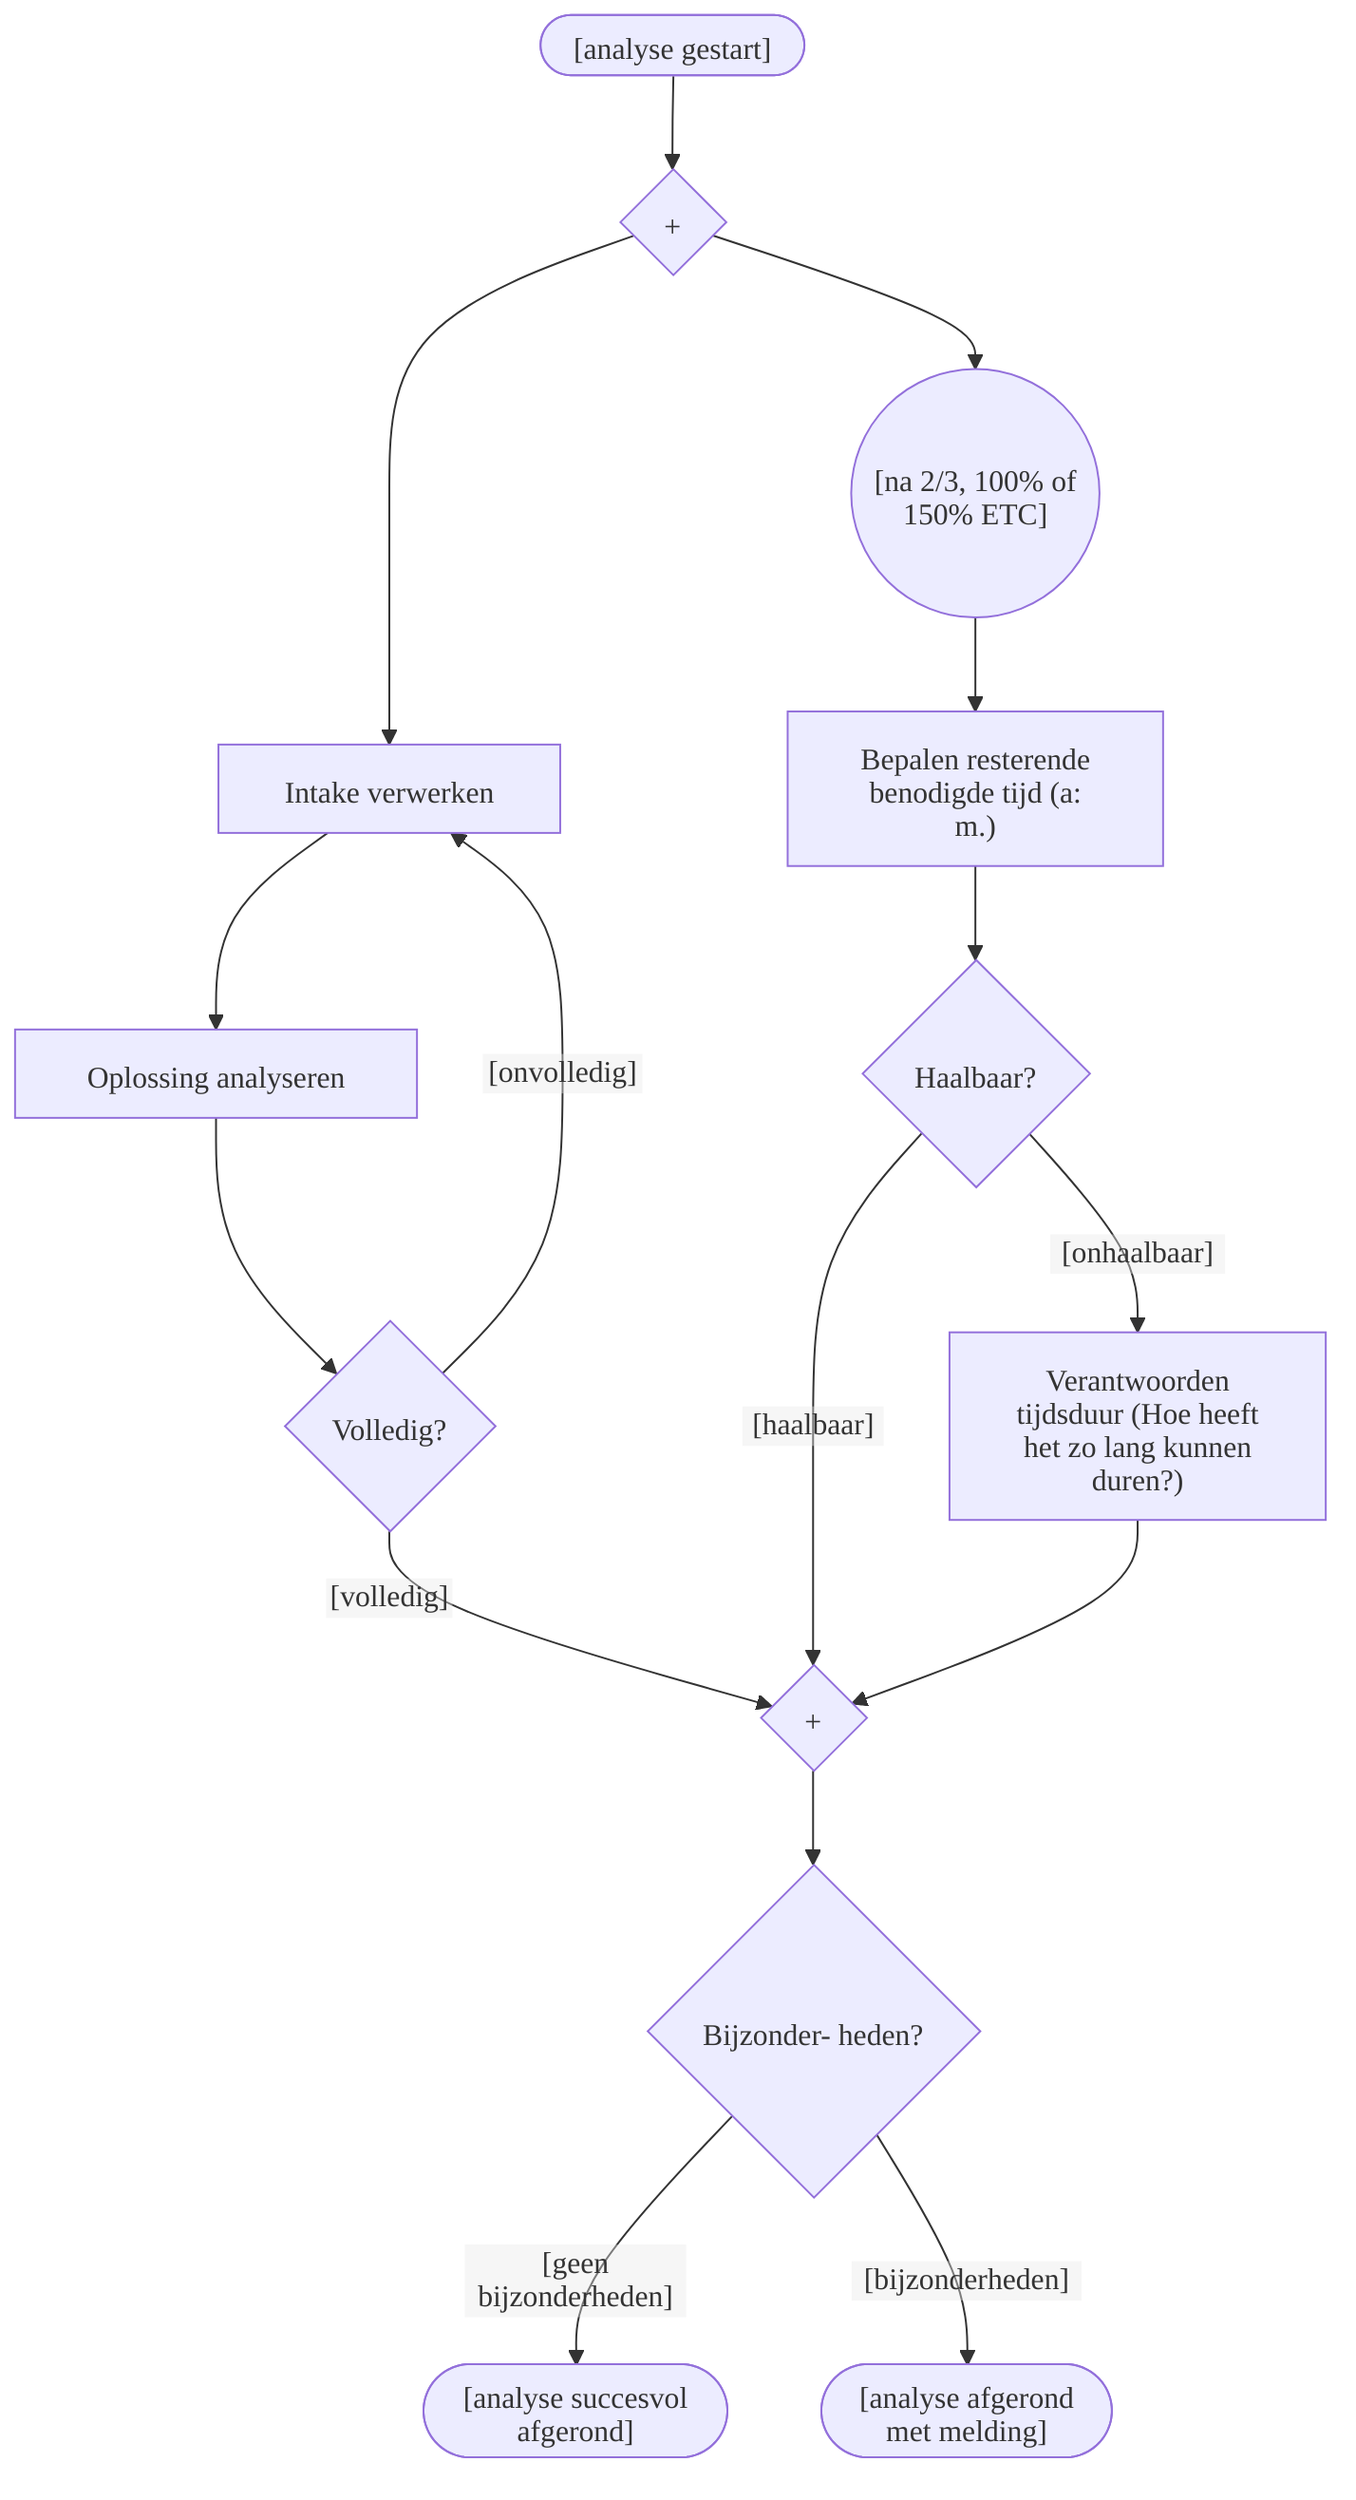
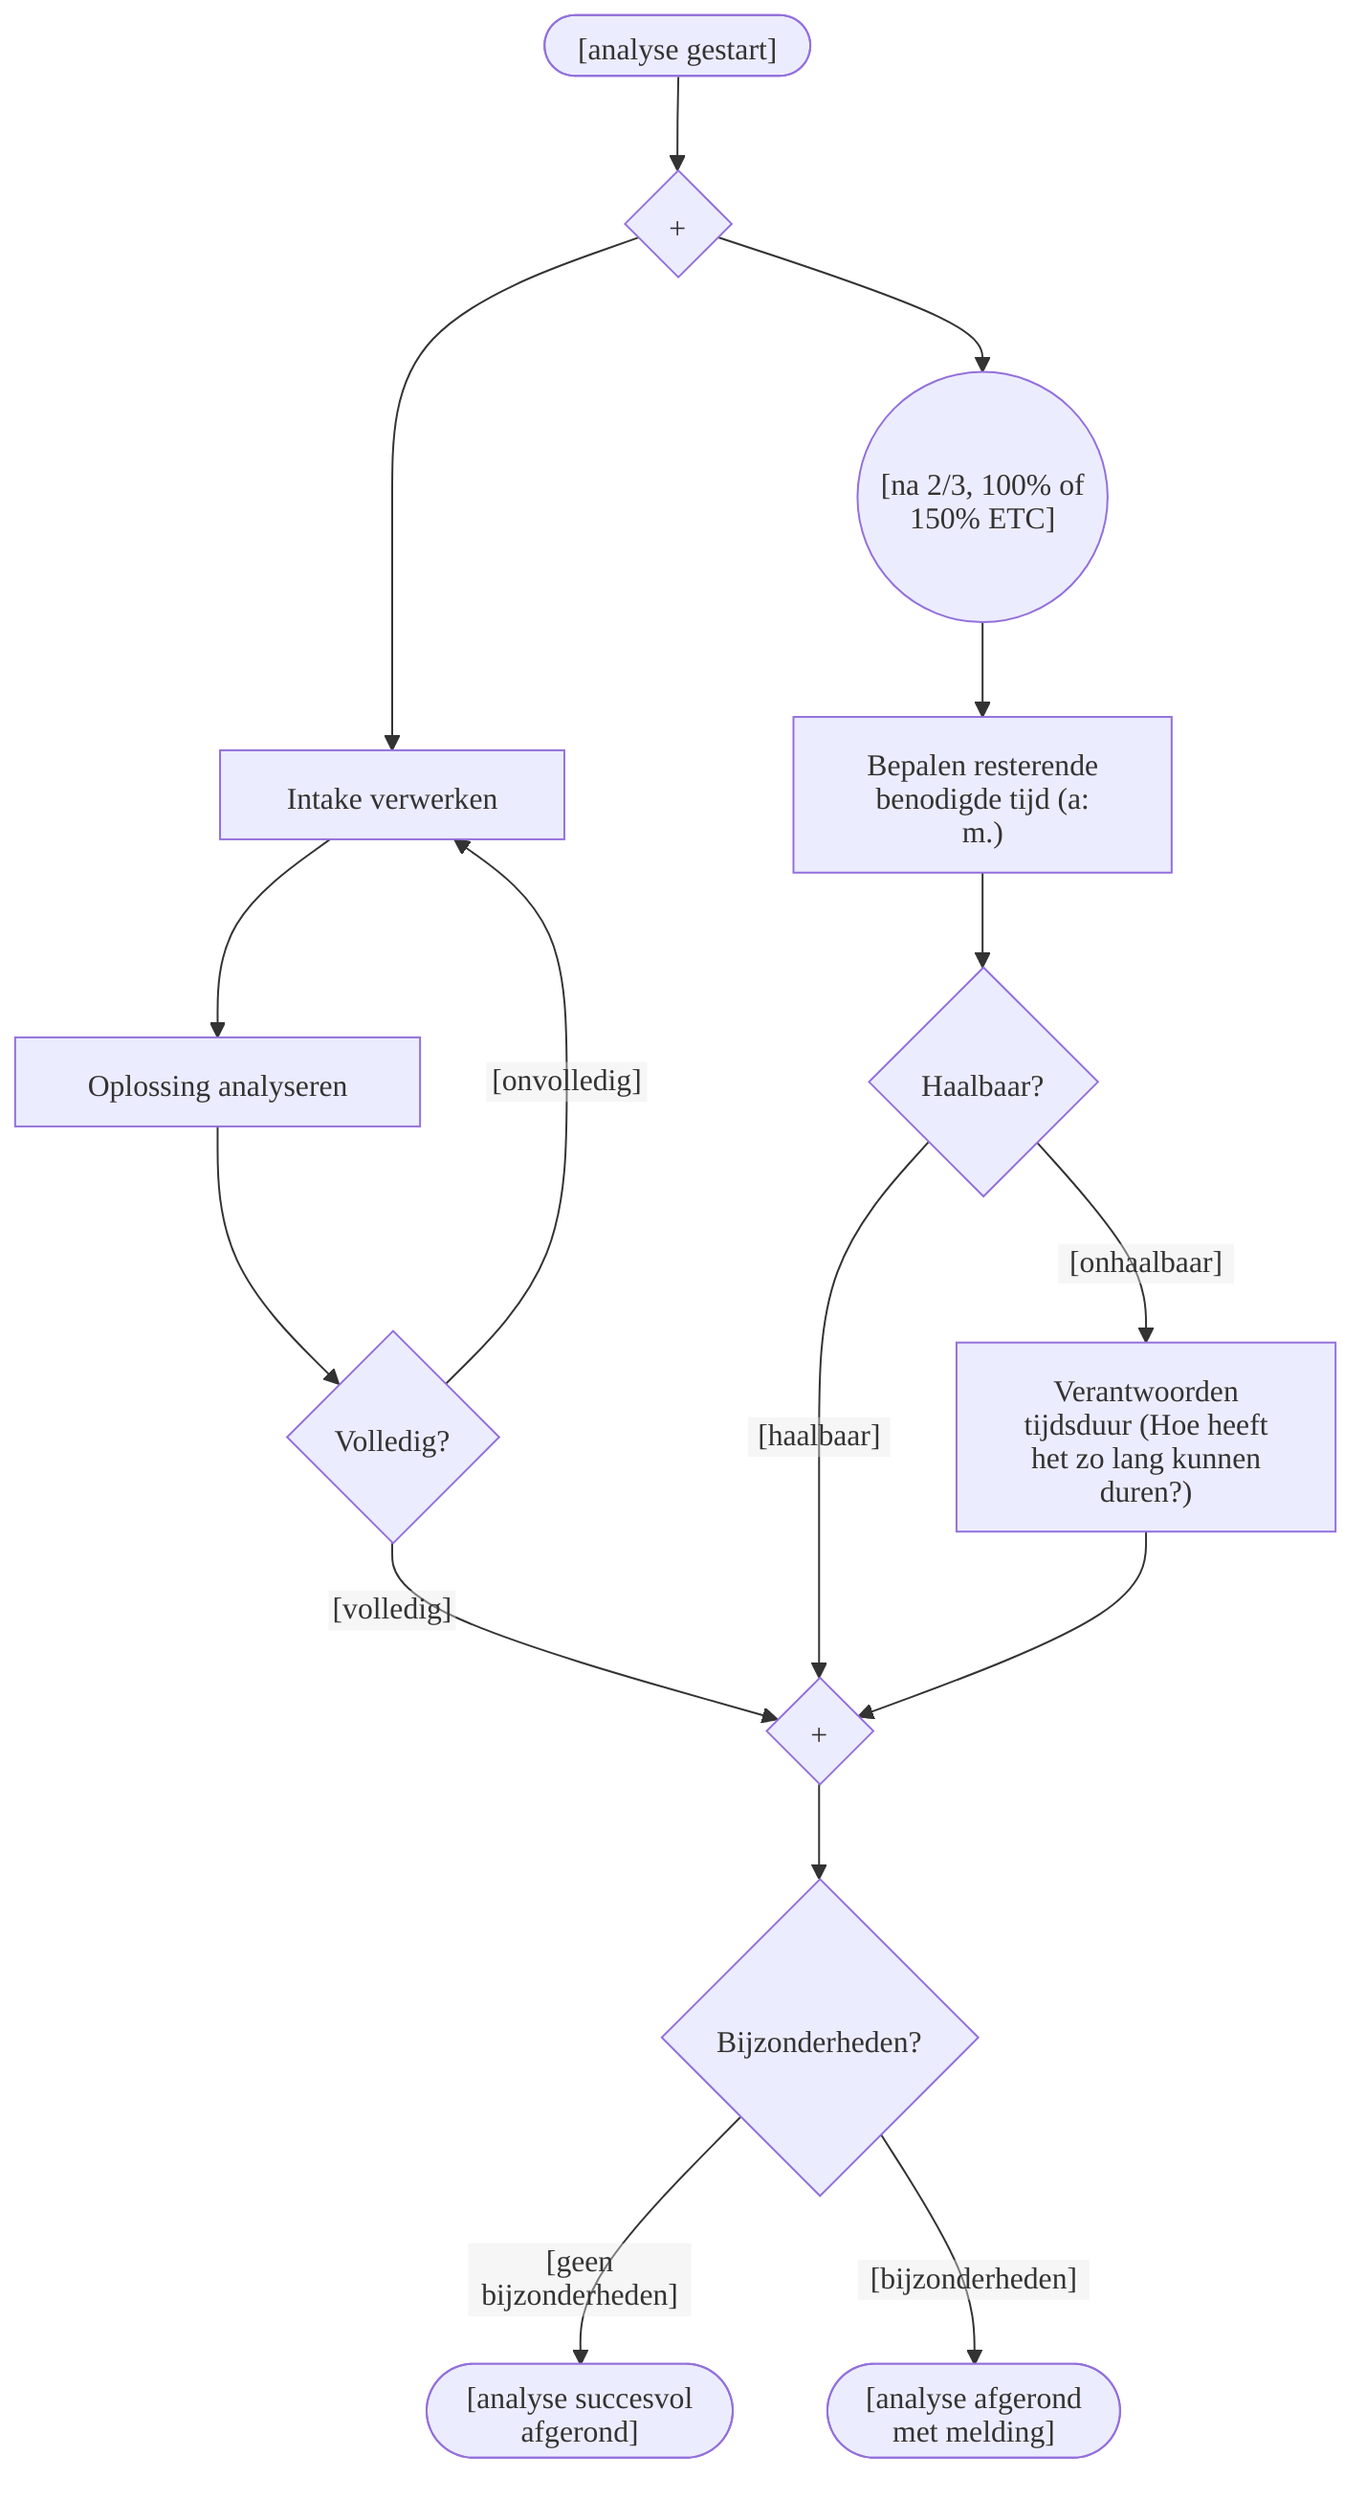
%%{init: {"htmlLabels": false, "theme": "default", "themeVariables": {"fontFamily": "sans-serif"}, "flowchart": {"htmlLabels": false}}}%%
flowchart TD
    bpmn_start_event(["[analyse gestart]"])
    bpmn_gateway_fork{"+"}
    bpmn_task_intake["Intake verwerken"]
    bpmn_task_oplossing["Oplossing analyseren"]
    bpmn_gateway_kwaliteit{"Volledig?"}
    bpmn_event_etc(("[na 2/3, 100% of\n150% ETC]"))
    bpmn_task_inschatting["Bepalen resterende\nbenodigde tijd (a:\nm.)"]
    bpmn_gateway_haalbaarheid{"Haalbaar?"}
    bpmn_task_verantwoording["Verantwoorden\ntijdsduur (Hoe heeft\nhet zo lang kunnen\nduren?)"]
    bpmn_gateway_join{"+"}
-     bpmn_gateway_bijzonderheden{"Bijzonder- heden?"}
+     bpmn_gateway_bijzonderheden{"Bijzonderheden?"}
    bpmn_end_regulier(["[analyse succesvol\nafgerond]"])
    bpmn_end_bijzonderheden(["[analyse afgerond\nmet melding]"])
    bpmn_gateway_kwaliteit -->|"[onvolledig]"| bpmn_task_intake
    bpmn_gateway_kwaliteit -->|"[volledig]"| bpmn_gateway_join
    bpmn_gateway_haalbaarheid -->|"[haalbaar]"| bpmn_gateway_join
    bpmn_gateway_haalbaarheid -->|"[onhaalbaar]"| bpmn_task_verantwoording
    bpmn_gateway_bijzonderheden -->|"[geen\nbijzonderheden]"| bpmn_end_regulier
    bpmn_gateway_bijzonderheden -->|"[bijzonderheden]"| bpmn_end_bijzonderheden
    bpmn_start_event --> bpmn_gateway_fork
    bpmn_gateway_fork --> bpmn_task_intake
    bpmn_gateway_fork --> bpmn_event_etc
    bpmn_task_intake --> bpmn_task_oplossing
    bpmn_task_oplossing --> bpmn_gateway_kwaliteit
    bpmn_event_etc --> bpmn_task_inschatting
    bpmn_task_inschatting --> bpmn_gateway_haalbaarheid
    bpmn_task_verantwoording --> bpmn_gateway_join
    bpmn_gateway_join --> bpmn_gateway_bijzonderheden
